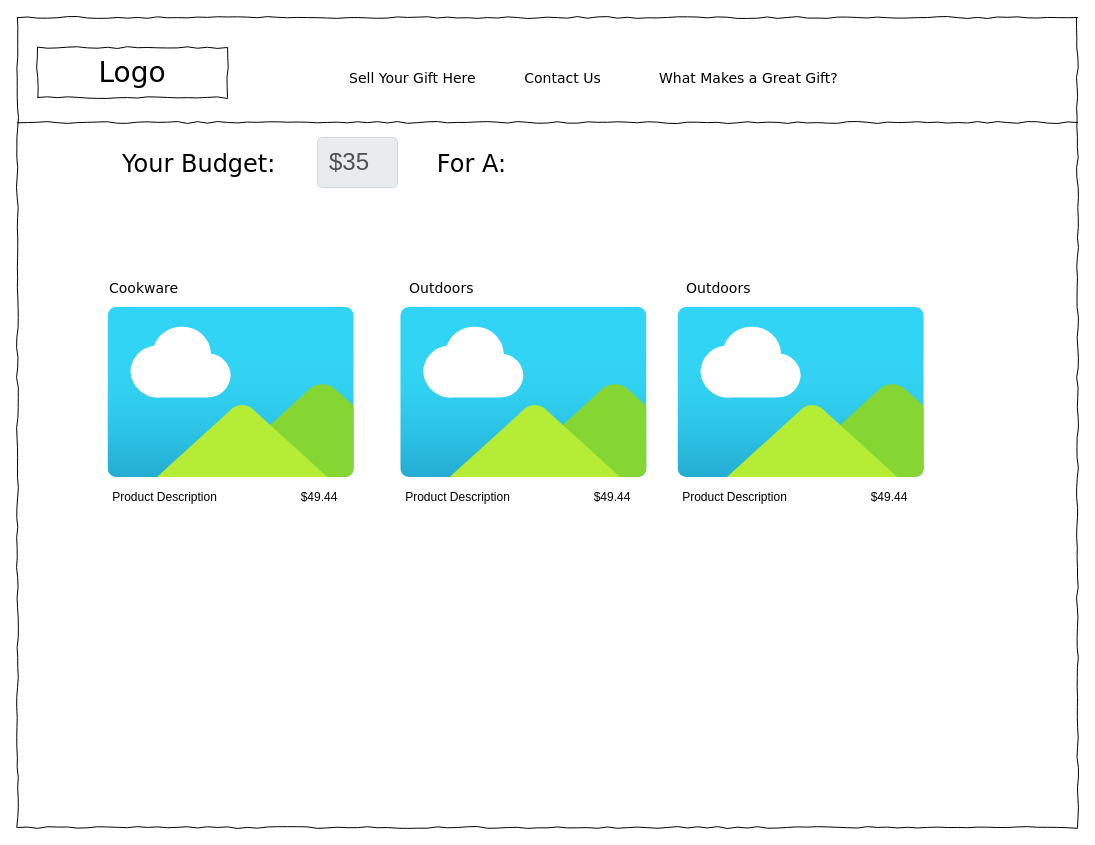
The draw.io diagram Untitled Diagram.drawio in jamesdvance/video_code, before the edit. Source tidied: cells renumbered, new cells numbered last; positions are measured from the earlier drawing's top-left corner, leaving out a move shared by most shapes. Both pictures are drawn from the tidied source at 100%, with x=0, y=0 at pixel (17, 17).
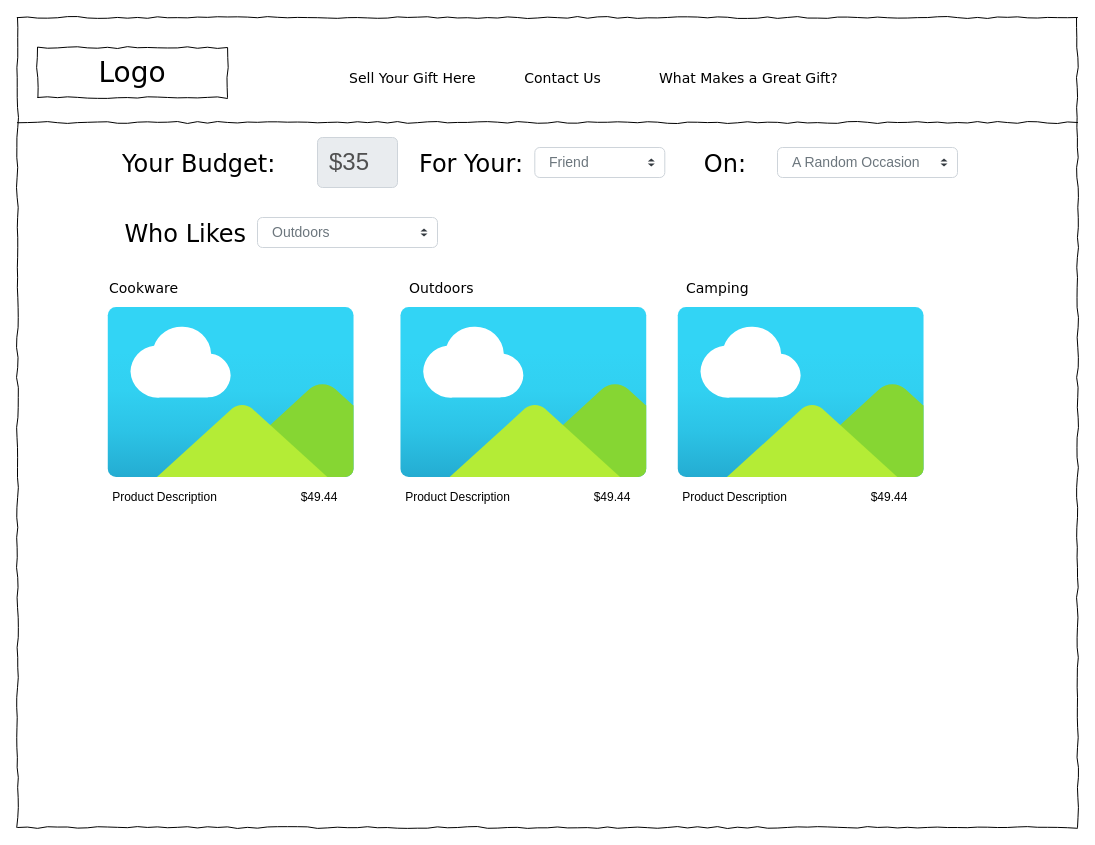
The same diagram, later.

Change to the diagram source:
```diff
@@
-    <mxCell id="18" value="Outdoors" style="text;html=1;align=left;verticalAlign=top;spacingTop=-4;fontSize=14;fontFamily=Verdana;" parent="1" vertex="1">
+    <mxCell id="18" value="Camping" style="text;html=1;align=left;verticalAlign=top;spacingTop=-4;fontSize=14;fontFamily=Verdana;" parent="1" vertex="1">
       <mxGeometry x="667.3" y="260" width="170" height="20" as="geometry" />
     </mxCell>
@@
-    <mxCell id="22" value="&lt;font style=&quot;font-size: 24px&quot;&gt;For A:&lt;br&gt;&lt;/font&gt;" style="text;html=1;align=right;verticalAlign=top;spacingTop=-4;fontSize=14;fontFamily=Verdana;" parent="1" vertex="1">
-      <mxGeometry x="320" y="130" width="170" height="30" as="geometry" />
+    <mxCell id="22" value="&lt;font style=&quot;font-size: 24px&quot;&gt;For Your:&lt;br&gt;&lt;/font&gt;" style="text;html=1;align=right;verticalAlign=top;spacingTop=-4;fontSize=14;fontFamily=Verdana;" parent="1" vertex="1">
+      <mxGeometry x="337.3" y="130" width="170" height="30" as="geometry" />
     </mxCell>
+    <mxCell id="23" value="Friend" style="html=1;shadow=0;dashed=0;shape=mxgraph.bootstrap.rrect;rSize=5;fillColor=#ffffff;strokeColor=#CED4DA;align=left;spacing=15;fontSize=14;fontColor=#6C767D;" parent="1" vertex="1">
+      <mxGeometry x="517.3" y="130" width="130" height="30" as="geometry" />
+    </mxCell>
+    <mxCell id="24" style="shape=triangle;direction=south;fillColor=#343A40;strokeColor=none;perimeter=none;" parent="23" vertex="1">
+      <mxGeometry x="1" y="0.5" width="7" height="3" relative="1" as="geometry">
+        <mxPoint x="-17" y="1" as="offset" />
+      </mxGeometry>
+    </mxCell>
+    <mxCell id="25" style="shape=triangle;direction=north;fillColor=#343A40;strokeColor=none;perimeter=none;" parent="23" vertex="1">
+      <mxGeometry x="1" y="0.5" width="7" height="3" relative="1" as="geometry">
+        <mxPoint x="-17" y="-4" as="offset" />
+      </mxGeometry>
+    </mxCell>
+    <mxCell id="26" value="&lt;font style=&quot;font-size: 24px&quot;&gt;Who Likes&lt;br&gt;&lt;/font&gt;" style="text;html=1;align=right;verticalAlign=top;spacingTop=-4;fontSize=14;fontFamily=Verdana;" parent="1" vertex="1">
+      <mxGeometry x="60" y="200" width="170" height="30" as="geometry" />
+    </mxCell>
+    <mxCell id="27" value="&lt;font style=&quot;font-size: 24px&quot;&gt;On:&lt;br&gt;&lt;/font&gt;" style="text;html=1;align=right;verticalAlign=top;spacingTop=-4;fontSize=14;fontFamily=Verdana;" parent="1" vertex="1">
+      <mxGeometry x="660" y="130" width="70" height="30" as="geometry" />
+    </mxCell>
+    <mxCell id="28" value="A Random Occasion" style="html=1;shadow=0;dashed=0;shape=mxgraph.bootstrap.rrect;rSize=5;fillColor=#ffffff;strokeColor=#CED4DA;align=left;spacing=15;fontSize=14;fontColor=#6C767D;" parent="1" vertex="1">
+      <mxGeometry x="760" y="130" width="180" height="30" as="geometry" />
+    </mxCell>
+    <mxCell id="29" style="shape=triangle;direction=south;fillColor=#343A40;strokeColor=none;perimeter=none;" parent="28" vertex="1">
+      <mxGeometry x="1" y="0.5" width="7" height="3" relative="1" as="geometry">
+        <mxPoint x="-17" y="1" as="offset" />
+      </mxGeometry>
+    </mxCell>
+    <mxCell id="30" style="shape=triangle;direction=north;fillColor=#343A40;strokeColor=none;perimeter=none;" parent="28" vertex="1">
+      <mxGeometry x="1" y="0.5" width="7" height="3" relative="1" as="geometry">
+        <mxPoint x="-17" y="-4" as="offset" />
+      </mxGeometry>
+    </mxCell>
+    <mxCell id="31" value="Outdoors" style="html=1;shadow=0;dashed=0;shape=mxgraph.bootstrap.rrect;rSize=5;fillColor=#ffffff;strokeColor=#CED4DA;align=left;spacing=15;fontSize=14;fontColor=#6C767D;" parent="1" vertex="1">
+      <mxGeometry x="240" y="200" width="180" height="30" as="geometry" />
+    </mxCell>
+    <mxCell id="32" style="shape=triangle;direction=south;fillColor=#343A40;strokeColor=none;perimeter=none;" parent="31" vertex="1">
+      <mxGeometry x="1" y="0.5" width="7" height="3" relative="1" as="geometry">
+        <mxPoint x="-17" y="1" as="offset" />
+      </mxGeometry>
+    </mxCell>
+    <mxCell id="33" style="shape=triangle;direction=north;fillColor=#343A40;strokeColor=none;perimeter=none;" parent="31" vertex="1">
+      <mxGeometry x="1" y="0.5" width="7" height="3" relative="1" as="geometry">
+        <mxPoint x="-17" y="-4" as="offset" />
+      </mxGeometry>
+    </mxCell>
```
